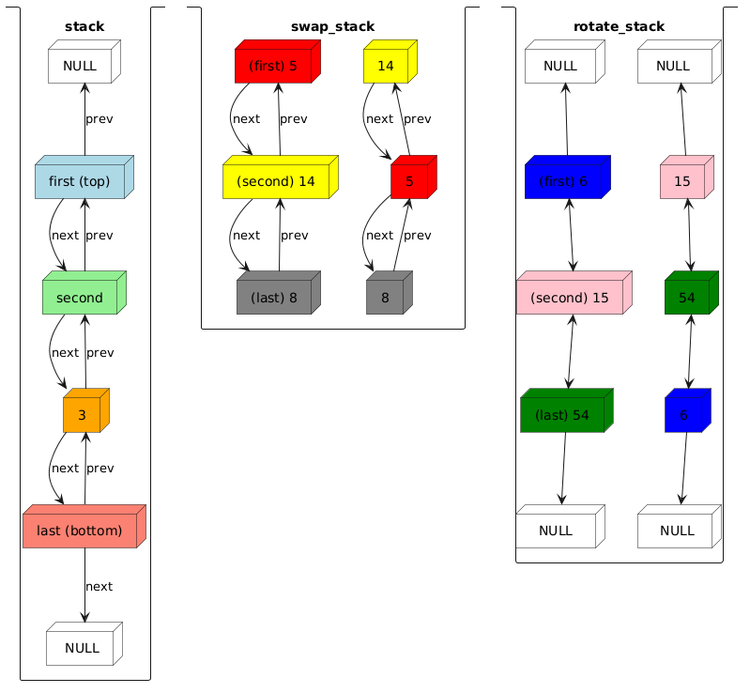
Earlier version of the PlantUML export stack_diagram.png (martinaradkovicova-lgtm/ft_push_swap). Its diagram source:
```plantuml
@startuml
stack stack {
node NULL #white
node "first (top)" #LightBlue
node second #LightGreen
node 3 #Orange
node "last (bottom)" #salmon
node " NULL" #white
NULL <-- "first (top)" : prev
"first (top)" --> second : next
"first (top)" <-- second : prev
second --> 3 : next
second <-- 3 : prev
3 --> "last (bottom)" : next
3 <-- "last (bottom)" : prev
"last (bottom)" --> " NULL" : next
}

stack swap_stack {
node "(first) 5" #red
node "(second) 14" #yellow
node "(last) 8" #grey
"(first) 5" --> "(second) 14" : next
"(first) 5" <-- "(second) 14" : prev
"(second) 14" --> "(last) 8" : next
"(second) 14" <-- "(last) 8" : prev
node 14 #yellow
node 5 #red
node 8 #grey
14 --> 5 : next
5-->14 : prev
5 --> 8 : next
5 <-- 8 : prev
}

stack rotate_stack {
node "(first) 6" #blue
node "(second) 15" #pink
node "(last) 54" #green
node "  NULL  " #white
node " NULL " #white
" NULL " <-- "(first) 6"
"(first) 6" <--> "(second) 15"
"(second) 15" <--> "(last) 54"
"(last) 54" --> "  NULL  "
node 15 #pink
node 54 #green
node 6 #blue
node " NULL  " #white
node "  NULL " #white
" NULL  " <--15
15<-->54
6-->"  NULL "
54<-->6
}
@enduml
```
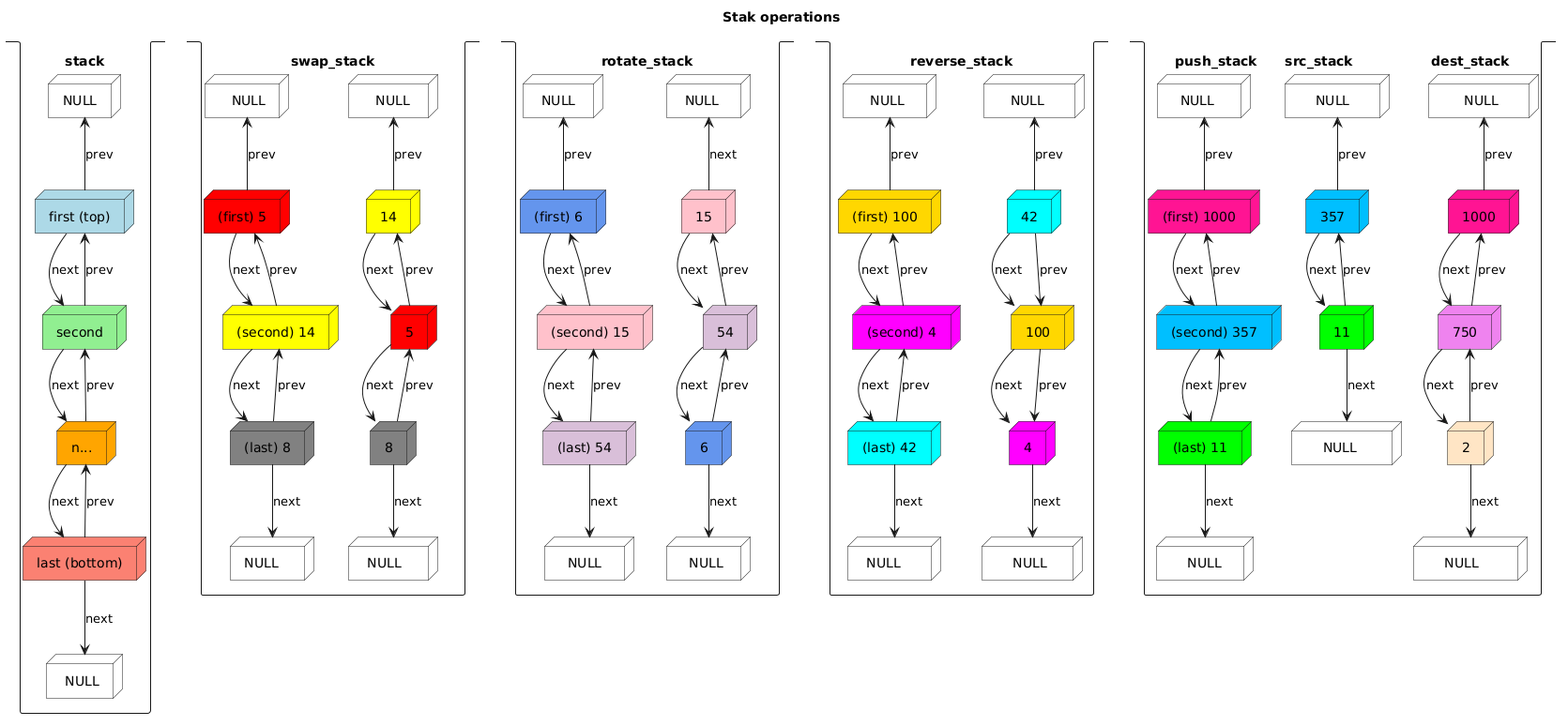
After the commit.

Diff of the diagram source:
```diff
@@ -1,56 +1,134 @@
 @startuml
+title Stak operations
+
 stack stack {
 node NULL #white
 node "first (top)" #LightBlue
 node second #LightGreen
-node 3 #Orange
+node n... #Orange
 node "last (bottom)" #salmon
 node " NULL" #white
 NULL <-- "first (top)" : prev
 "first (top)" --> second : next
 "first (top)" <-- second : prev
-second --> 3 : next
-second <-- 3 : prev
-3 --> "last (bottom)" : next
-3 <-- "last (bottom)" : prev
+second --> n... : next
+second <-- n... : prev
+n... --> "last (bottom)" : next
+n... <-- "last (bottom)" : prev
 "last (bottom)" --> " NULL" : next
 }
 
 stack swap_stack {
+node "   NULL" #white
 node "(first) 5" #red
 node "(second) 14" #yellow
 node "(last) 8" #grey
+node "NULL   " #white
+"   NULL" <-- "(first) 5" : prev
 "(first) 5" --> "(second) 14" : next
 "(first) 5" <-- "(second) 14" : prev
 "(second) 14" --> "(last) 8" : next
 "(second) 14" <-- "(last) 8" : prev
+"(last) 8" --> "NULL   " : next
+
+node "   NULL " #white
 node 14 #yellow
 node 5 #red
 node 8 #grey
+node " NULL   " #white
+"   NULL " <-- 14 : prev
 14 --> 5 : next
 5-->14 : prev
 5 --> 8 : next
 5 <-- 8 : prev
+8 --> " NULL   " : next
 }
 
 stack rotate_stack {
-node "(first) 6" #blue
+node "(first) 6" #CornFlowerBlue
 node "(second) 15" #pink
-node "(last) 54" #green
+node "(last) 54" #Thistle
 node "  NULL  " #white
 node " NULL " #white
-" NULL " <-- "(first) 6"
-"(first) 6" <--> "(second) 15"
-"(second) 15" <--> "(last) 54"
-"(last) 54" --> "  NULL  "
+" NULL " <-- "(first) 6" : prev
+"(first) 6" --> "(second) 15" : next
+"(first) 6" <-- "(second) 15" : prev
+"(second) 15" --> "(last) 54" : next
+"(second) 15" <-- "(last) 54" : prev
+"(last) 54" --> "  NULL  " : next
 node 15 #pink
-node 54 #green
-node 6 #blue
+node 54 #Thistle
+node 6 #CornFlowerBlue
 node " NULL  " #white
 node "  NULL " #white
-" NULL  " <--15
-15<-->54
-6-->"  NULL "
-54<-->6
+" NULL  " <--15 : next
+15 --> 54 : next
+54 --> 15 : prev
+54 --> 6 : next
+6-->"  NULL " : next
+54 <-- 6 : prev
+}
+
+stack reverse_stack {
+node "(first) 100" #gold
+node "(second) 4" #magenta
+node "(last) 42" #Cyan
+node "   NULL  " #white
+node " NULL    " #white
+"   NULL  " <-- "(first) 100" : prev
+"(first) 100" --> "(second) 4" : next
+"(first) 100" <-- "(second) 4" : prev
+"(second) 4" --> "(last) 42" : next
+"(second) 4" <-- "(last) 42" : prev
+"(last) 42" --> " NULL    " : next
+node "   NULL    " #white
+node 4 #magenta
+node 100 #gold
+node 42 #cyan
+node "    NULL   " #white
+
+"   NULL    " <-- 42 : prev
+42 --> 100 : next
+42 --> 100 : prev
+100 --> 4 : next
+4 <-- 100 : prev
+4 -->"    NULL   " : next
+
+}
+
+stack "push_stack\tsrc_stack\t\t\tdest_stack" {
+node "  NULL   " #white
+node "(first) 1000" #DeepPink
+node "(second) 357" #DeepSkyBlue
+node "(last) 11" #Lime
+node "    NULL  " #white
+
+"  NULL   " <-- "(first) 1000" :prev
+"(first) 1000" --> "(second) 357":next
+"(first) 1000" <-- "(second) 357":prev
+"(second) 357" --> "(last) 11" :next
+"(second) 357" <-- "(last) 11" :prev
+"(last) 11" --> "    NULL  " :next
+
+node "    NULL    " #white
+node 357 #DeepSkyBlue
+node 11 #Lime
+node "    NULL     " #white
+"    NULL    " <-- 357 :prev
+357 --> 11 : next
+11 --> 357 : prev
+11 --> "    NULL     " : next
+
+node "     NULL    " #white
+node 1000 #DeepPink
+node 750 #Violet
+node 2 #Bisque
+node "    NULL      " #white
+"     NULL    " <-- 1000 :prev
+1000 --> 750 : next
+750 --> 1000 : prev
+750 --> 2 : next
+2 --> 750 : prev
+2 --> "    NULL      " : next
 }
 @enduml
```
